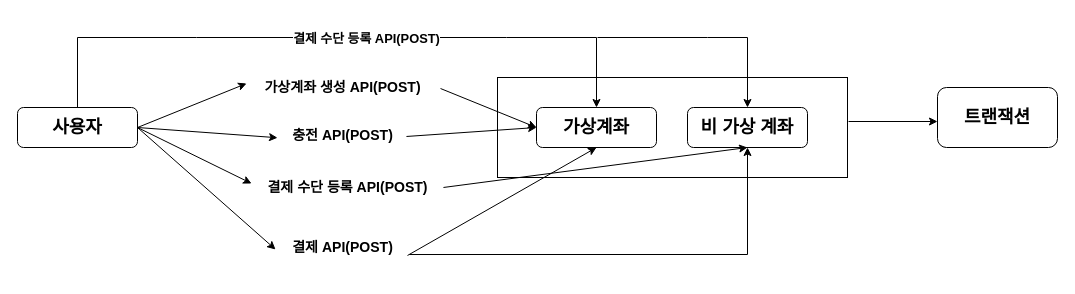
Before: 제목 없는 다이어그램.drawio in woodstock1993/Chain-Lightning, a draw.io diagram. Source tidied: cells renumbered, new cells numbered last; positions are measured from the earlier drawing's top-left corner, leaving out a move shared by most shapes. Both pictures are drawn from the tidied source at 100%, with x=0, y=0 at pixel (17, 37).
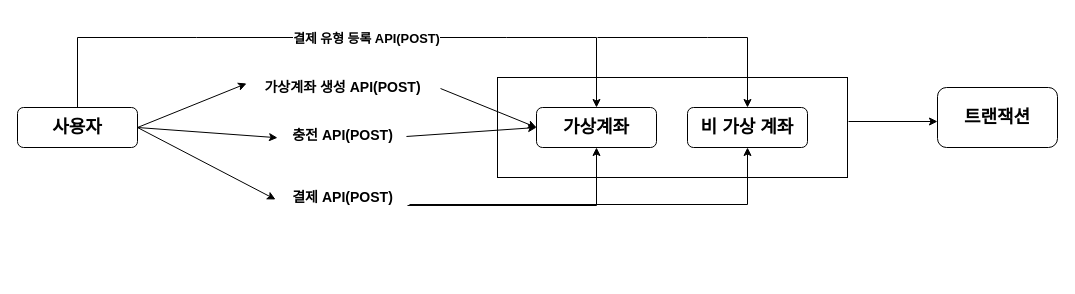
The same page after the edit.

Commit message:
제목 없는 다이어그램.drawio 업데이트

The change refers to these unchanged cells:
```xml
<mxCell id="3" value="&lt;h2&gt;&lt;font face=&quot;Lucida Console&quot;&gt;사용자&lt;/font&gt;&lt;/h2&gt;" style="rounded=1;whiteSpace=wrap;html=1;fontSize=12;glass=0;strokeWidth=1;shadow=0;" parent="1" vertex="1">
  <mxGeometry y="70" width="120" height="40" as="geometry" />
</mxCell>
<mxCell id="4" style="endArrow=classic;html=1;rounded=0;exitX=0.5;exitY=0;exitDx=0;exitDy=0;entryX=0.5;entryY=0;entryDx=0;entryDy=0;" parent="1" edge="1" source="3" target="6">
  <mxGeometry relative="1" as="geometry">
    <Array as="points">
      <mxPoint x="60" />
      <mxPoint x="179" />
      <mxPoint x="339" />
      <mxPoint x="489" />
      <mxPoint x="579" />
    </Array>
  </mxGeometry>
</mxCell>
<mxCell id="6" value="&lt;h2&gt;가상계좌&lt;/h2&gt;" style="rounded=1;whiteSpace=wrap;html=1;fontSize=12;glass=0;strokeWidth=1;shadow=0;" parent="1" vertex="1">
  <mxGeometry x="519" y="70" width="120" height="40" as="geometry" />
</mxCell>
<mxCell id="7" value="&lt;h2&gt;비 가상 계좌&lt;/h2&gt;" style="rounded=1;whiteSpace=wrap;html=1;fontSize=12;glass=0;strokeWidth=1;shadow=0;" parent="1" vertex="1">
  <mxGeometry x="670" y="70" width="120" height="40" as="geometry" />
</mxCell>
```

What changed in the source:
```diff
@@
-    <mxCell id="5" value="&lt;h3&gt;결제 수단 등록 API(POST)&lt;/h3&gt;" style="edgeLabel;html=1;align=center;verticalAlign=middle;" parent="4" vertex="1">
+    <mxCell id="5" value="&lt;h3&gt;결제 유형 등록 API(POST)&lt;/h3&gt;" style="edgeLabel;html=1;align=center;verticalAlign=middle;" parent="4" vertex="1">
       <mxGeometry relative="1" as="geometry">
         <mxPoint x="28" as="offset" />
       </mxGeometry>
     </mxCell>
@@
-    <mxCell id="13" style="endArrow=classic;html=1;rounded=0;exitX=1;exitY=0.5;exitDx=0;exitDy=0;entryX=-0.005;entryY=0.289;entryDx=0;entryDy=0;entryPerimeter=0;" parent="1" edge="1" source="3" target="23">
-      <mxGeometry relative="1" as="geometry" />
-    </mxCell>
     <mxCell id="14" style="endArrow=classic;html=1;rounded=0;exitX=1;exitY=0.633;exitDx=0;exitDy=0;entryX=0.5;entryY=1;entryDx=0;entryDy=0;exitPerimeter=0;" parent="1" edge="1" source="22" target="6">
-      <mxGeometry relative="1" as="geometry" />
+      <mxGeometry relative="1" as="geometry">
+        <Array as="points">
+          <mxPoint x="579" y="168" />
+        </Array>
+      </mxGeometry>
     </mxCell>
-    <mxCell id="15" style="endArrow=classic;html=1;rounded=0;exitX=1.005;exitY=0.333;exitDx=0;exitDy=0;entryX=0.5;entryY=1;entryDx=0;entryDy=0;exitPerimeter=0;" parent="1" edge="1" source="23" target="7">
-      <mxGeometry relative="1" as="geometry" />
-    </mxCell>
@@
     <mxCell id="17" style="endArrow=classic;html=1;rounded=0;exitX=1.015;exitY=0.617;exitDx=0;exitDy=0;exitPerimeter=0;entryX=0.5;entryY=1;entryDx=0;entryDy=0;" parent="1" edge="1" source="22" target="7">
       <mxGeometry relative="1" as="geometry">
         <Array as="points">
-          <mxPoint x="730" y="217" />
+          <mxPoint x="730" y="167" />
         </Array>
       </mxGeometry>
     </mxCell>
@@
     <mxCell id="22" value="&lt;h3&gt;결제 API(POST)&lt;/h3&gt;" style="text;html=1;align=center;verticalAlign=middle;points=[];strokeColor=none;fillColor=none;" parent="1" vertex="1">
-      <mxGeometry x="260" y="180" width="130" height="60" as="geometry" />
+      <mxGeometry x="260" y="130" width="130" height="60" as="geometry" />
     </mxCell>
-    <mxCell id="23" value="&lt;h3&gt;결제 수단 등록 API(POST)&lt;/h3&gt;&lt;h3&gt;&lt;br&gt;&lt;/h3&gt;" style="text;html=1;align=center;verticalAlign=middle;points=[];strokeColor=none;fillColor=none;" parent="1" vertex="1">
-      <mxGeometry x="235" y="120" width="190" height="90" as="geometry" />
-    </mxCell>
```
